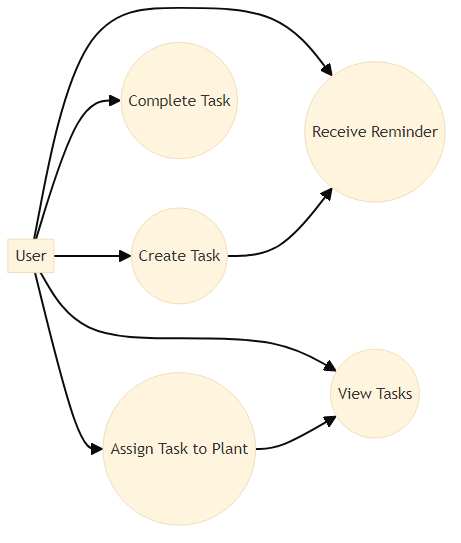
Before: Frontend/diagrams/usecase-tasks-schedule.png, a diagram exported from Mermaid (SoftwareError54/Urban-Botany). Its source is kept beside it as Frontend/diagrams/usecase-tasks-schedule.mmd.
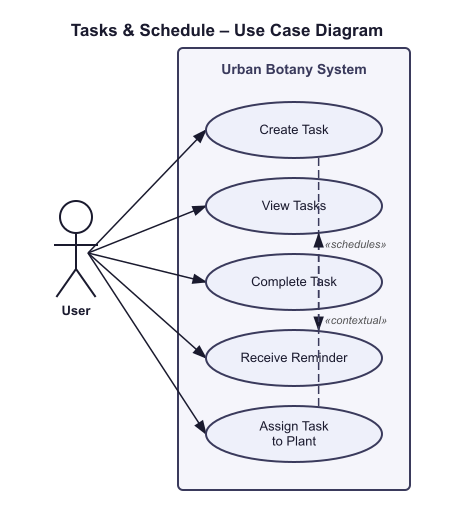
The same diagram one commit later.

Diff of the diagram source:
```diff
@@ -1,17 +1,18 @@
 %%{init:{'theme':'base'}}%%
-flowchart LR
-  User[User]
-  UC_CreateTask((Create Task))
-  UC_ViewTasks((View Tasks))
-  UC_Complete((Complete Task))
-  UC_ReceiveReminder((Receive Reminder))
-  UC_Assign((Assign Task to Plant))
+usecaseDiagram
+  actor User
+  rectangle "Urban Botany System" {
+    (Create Task)
+    (View Tasks)
+    (Complete Task)
+    (Receive Reminder)
+    (Assign Task to Plant)
+  }
+  User --> (Create Task)
+  User --> (View Tasks)
+  User --> (Complete Task)
+  User --> (Receive Reminder)
+  User --> (Assign Task to Plant)
 
-  User --> UC_CreateTask
-  User --> UC_ViewTasks
-  User --> UC_Complete
-  User --> UC_ReceiveReminder
-  User --> UC_Assign
-
-  UC_CreateTask --> UC_ReceiveReminder
-  UC_Assign --> UC_ViewTasks
+  (Create Task) .> (Receive Reminder) : schedules
+  (Assign Task to Plant) .> (View Plant) : contextual
```
